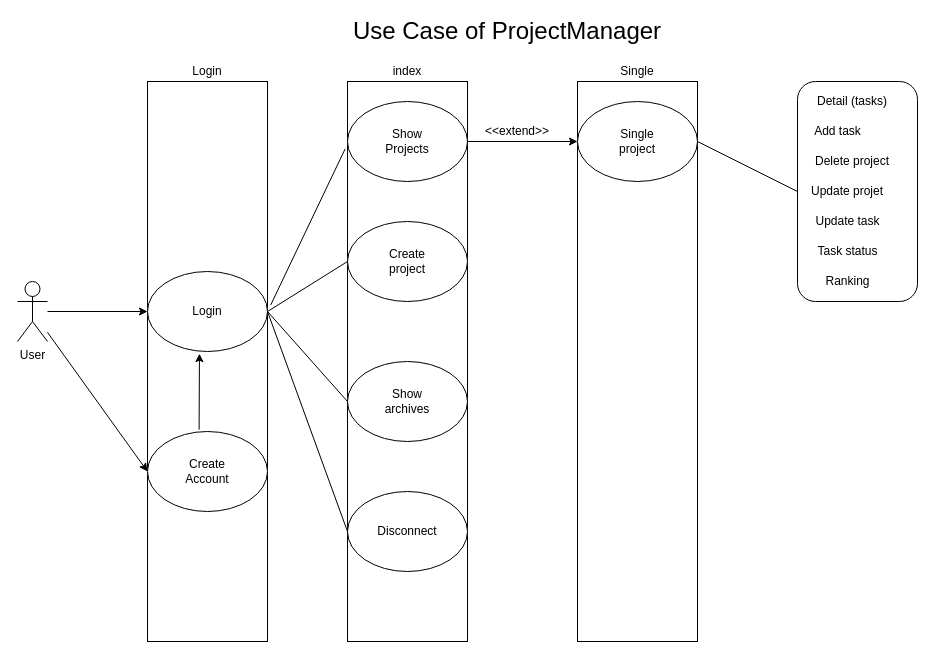
dcaramello/ProjectManager keeps this draw.io diagram as public/doc/ProjectManager - UseCase.drawio. Above is the earlier version. Source tidied: cells renumbered, new cells numbered last; positions are measured from the earlier drawing's top-left corner, leaving out a move shared by most shapes. Both pictures are drawn from the tidied source at 100%, with x=0, y=0 at pixel (17, 21).
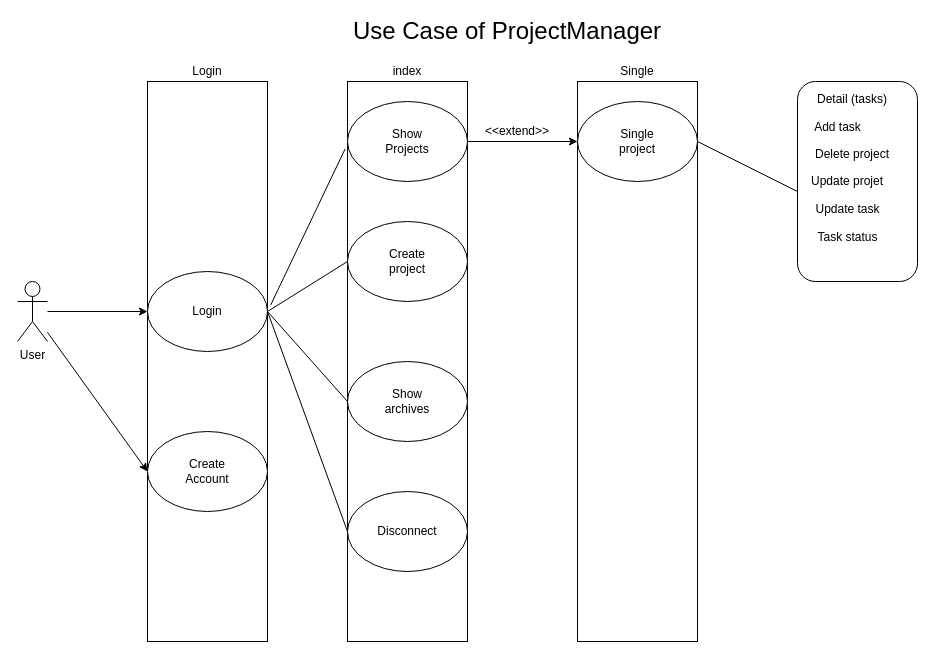
The same diagram, later.

Unchanged cells that the change refers to:
```xml
<mxCell id="8" style="ellipse;whiteSpace=wrap;html=1;" parent="7" vertex="1">
  <mxGeometry width="120" height="80" as="geometry" />
</mxCell>
<mxCell id="11" style="ellipse;whiteSpace=wrap;html=1;" parent="10" vertex="1">
  <mxGeometry width="120" height="80" as="geometry" />
</mxCell>
```

The edit, as a diff of the source:
```diff
@@
-    <mxCell id="15" style="endArrow=classic;html=1;exitX=0.43;exitY=-0.023;exitDx=0;exitDy=0;exitPerimeter=0;entryX=0.433;entryY=1.027;entryDx=0;entryDy=0;entryPerimeter=0;" parent="1" edge="1" source="11" target="8">
-      <mxGeometry relative="1" as="geometry" />
-    </mxCell>
@@
     <mxCell id="33" style="group;" parent="1" vertex="1">
-      <mxGeometry x="780" y="60" width="120" height="220" as="geometry" />
+      <mxGeometry x="780" y="60" width="120" height="200" as="geometry" />
     </mxCell>
     <mxCell id="34" style="rounded=1;whiteSpace=wrap;html=1;" parent="33" vertex="1">
-      <mxGeometry width="120" height="220" as="geometry" />
+      <mxGeometry width="120" height="200" as="geometry" />
     </mxCell>
     <mxCell id="35" value="Detail (tasks)" style="text;html=1;strokeColor=none;fillColor=none;align=center;verticalAlign=middle;whiteSpace=wrap;rounded=0;" parent="33" vertex="1">
-      <mxGeometry x="10" y="10" width="90" height="20" as="geometry" />
+      <mxGeometry x="10" y="9.1" width="90" height="18.2" as="geometry" />
     </mxCell>
     <mxCell id="36" value="Add task" style="text;html=1;align=center;verticalAlign=middle;" parent="33" vertex="1">
-      <mxGeometry x="10" y="40" width="60" height="20" as="geometry" />
+      <mxGeometry x="10" y="36.4" width="60" height="20" as="geometry" />
     </mxCell>
     <mxCell id="37" value="Delete project" style="text;html=1;strokeColor=none;fillColor=none;align=center;verticalAlign=middle;whiteSpace=wrap;rounded=0;" parent="33" vertex="1">
-      <mxGeometry x="10" y="70" width="90" height="20" as="geometry" />
+      <mxGeometry x="10" y="63.6" width="90" height="18.2" as="geometry" />
     </mxCell>
     <mxCell id="38" value="Update projet" style="text;html=1;strokeColor=none;fillColor=none;align=center;verticalAlign=middle;whiteSpace=wrap;rounded=0;" parent="33" vertex="1">
-      <mxGeometry x="10" y="100" width="80" height="20" as="geometry" />
+      <mxGeometry x="10" y="90.9" width="80" height="18.2" as="geometry" />
     </mxCell>
     <mxCell id="39" value="Update task" style="text;html=1;align=center;verticalAlign=middle;" parent="33" vertex="1">
-      <mxGeometry x="10" y="130" width="80" height="20" as="geometry" />
+      <mxGeometry x="10" y="118.2" width="80" height="20" as="geometry" />
     </mxCell>
     <mxCell id="40" value="Task status" style="text;html=1;align=center;verticalAlign=middle;" parent="33" vertex="1">
-      <mxGeometry x="10" y="160" width="80" height="20" as="geometry" />
+      <mxGeometry x="10" y="145.5" width="80" height="20" as="geometry" />
     </mxCell>
-    <mxCell id="41" value="Ranking" style="text;html=1;align=center;verticalAlign=middle;" parent="33" vertex="1">
-      <mxGeometry x="20" y="190" width="60" height="20" as="geometry" />
-    </mxCell>
```
